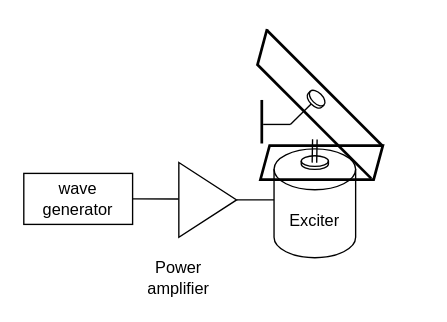
Above: wave generator.drawio in qyu38/DL-paper (draw.io), before the change. Source tidied: cells renumbered, new cells numbered last; positions are measured from the earlier drawing's top-left corner, leaving out a move shared by most shapes. Both pictures are drawn from the tidied source at 136%, with x=0, y=0 at pixel (23, 39).
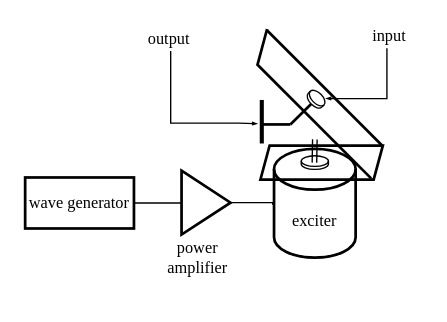
Above is the later version.

The change refers to these unchanged cells:
```xml
<mxCell id="18" style="shape=cylinder3;whiteSpace=wrap;html=1;boundedLbl=1;backgroundOutline=1;size=3.915486080545861;rotation=45;" parent="1" vertex="1">
  <mxGeometry x="207.8" y="38.4" width="14.2" height="10.1" as="geometry" />
</mxCell>
```

What changed in the source:
```diff
@@
-    <mxCell id="3" value="wave generator" style="rounded=0;whiteSpace=wrap;html=1;" parent="1" vertex="1">
-      <mxGeometry y="98" width="80" height="37.5" as="geometry" />
+    <mxCell id="3" value="wave generator" style="rounded=0;whiteSpace=wrap;html=1;fontFamily=Times New Roman;strokeWidth=2;" parent="1" vertex="1">
+      <mxGeometry x="1" y="101" width="80" height="37.5" as="geometry" />
     </mxCell>
@@
-    <mxCell id="5" style="triangle;whiteSpace=wrap;html=1;" parent="1" vertex="1">
-      <mxGeometry x="114" y="90" width="42.5" height="55" as="geometry" />
+    <mxCell id="5" style="triangle;whiteSpace=wrap;html=1;fontSize=12;strokeWidth=2;" parent="1" vertex="1">
+      <mxGeometry x="116" y="96" width="36" height="47" as="geometry" />
     </mxCell>
-    <mxCell id="6" value="Exciter" style="shape=cylinder3;whiteSpace=wrap;html=1;boundedLbl=1;backgroundOutline=1;size=15;" parent="1" vertex="1">
+    <mxCell id="6" value="exciter" style="shape=cylinder3;whiteSpace=wrap;html=1;boundedLbl=1;backgroundOutline=1;size=15;fontFamily=Times New Roman;strokeWidth=2;" parent="1" vertex="1">
       <mxGeometry x="184" y="80" width="60" height="80" as="geometry" />
     </mxCell>
-    <mxCell id="7" value="Power amplifier" style="text;strokeColor=none;align=center;fillColor=none;html=1;verticalAlign=middle;whiteSpace=wrap;rounded=0;" parent="1" vertex="1">
-      <mxGeometry x="84" y="160" width="60" height="30" as="geometry" />
+    <mxCell id="7" value="power amplifier" style="text;strokeColor=none;align=center;fillColor=none;html=1;verticalAlign=middle;whiteSpace=wrap;rounded=0;fontFamily=Times New Roman;" parent="1" vertex="1">
+      <mxGeometry x="98" y="145" width="60" height="30" as="geometry" />
     </mxCell>
@@
-    <mxCell id="15" style="endArrow=none;html=1;rounded=0;" parent="1" edge="1">
+    <mxCell id="15" style="endArrow=none;html=1;rounded=0;strokeWidth=2;" parent="1" edge="1">
       <mxGeometry relative="1" as="geometry">
         <mxPoint x="176" y="62" as="sourcePoint" />
         <mxPoint x="196" y="62" as="targetPoint" />
       </mxGeometry>
     </mxCell>
-    <mxCell id="16" style="line;strokeWidth=2;direction=south;html=1;" parent="1" vertex="1">
+    <mxCell id="16" style="line;strokeWidth=3;direction=south;html=1;" parent="1" vertex="1">
       <mxGeometry x="170" y="44" width="10" height="32" as="geometry" />
     </mxCell>
-    <mxCell id="17" style="endArrow=none;html=1;rounded=0;" parent="1" edge="1" target="18">
+    <mxCell id="17" style="endArrow=none;html=1;rounded=0;strokeWidth=2;" parent="1" edge="1" target="18">
       <mxGeometry relative="1" as="geometry">
         <mxPoint x="196" y="62" as="sourcePoint" />
       </mxGeometry>
     </mxCell>
@@
+    <mxCell id="19" style="edgeStyle=orthogonalEdgeStyle;rounded=0;orthogonalLoop=1;jettySize=auto;html=1;exitX=0.5;exitY=1;exitDx=0;exitDy=0;endSize=2;endArrow=openThin;endFill=0;" parent="1" edge="1">
+      <mxGeometry relative="1" as="geometry">
+        <mxPoint x="267" y="6" as="sourcePoint" />
+        <mxPoint x="222" y="43" as="targetPoint" />
+        <Array as="points">
+          <mxPoint x="267" y="43" />
+          <mxPoint x="226" y="43" />
+        </Array>
+      </mxGeometry>
+    </mxCell>
+    <mxCell id="20" value="input" style="text;strokeColor=none;align=center;fillColor=none;html=1;verticalAlign=middle;whiteSpace=wrap;rounded=0;fontFamily=Times New Roman;" parent="1" vertex="1">
+      <mxGeometry x="243" y="-11" width="52" height="15" as="geometry" />
+    </mxCell>
+    <mxCell id="21" style="edgeStyle=orthogonalEdgeStyle;rounded=0;orthogonalLoop=1;jettySize=auto;html=1;entryX=0.609;entryY=0.511;entryDx=0;entryDy=0;entryPerimeter=0;endSize=2;endArrow=openThin;endFill=0;" parent="1" edge="1">
+      <mxGeometry relative="1" as="geometry">
+        <mxPoint x="108" y="8" as="sourcePoint" />
+        <mxPoint x="171.9" y="61.5" as="targetPoint" />
+        <Array as="points">
+          <mxPoint x="108" y="61" />
+          <mxPoint x="158" y="61" />
+        </Array>
+      </mxGeometry>
+    </mxCell>
+    <mxCell id="22" value="&lt;font face=&quot;Times New Roman&quot;&gt;output&lt;/font&gt;" style="text;strokeColor=none;align=center;fillColor=none;html=1;verticalAlign=middle;whiteSpace=wrap;rounded=0;" parent="1" vertex="1">
+      <mxGeometry x="81" y="-9" width="52" height="15" as="geometry" />
+    </mxCell>
```
